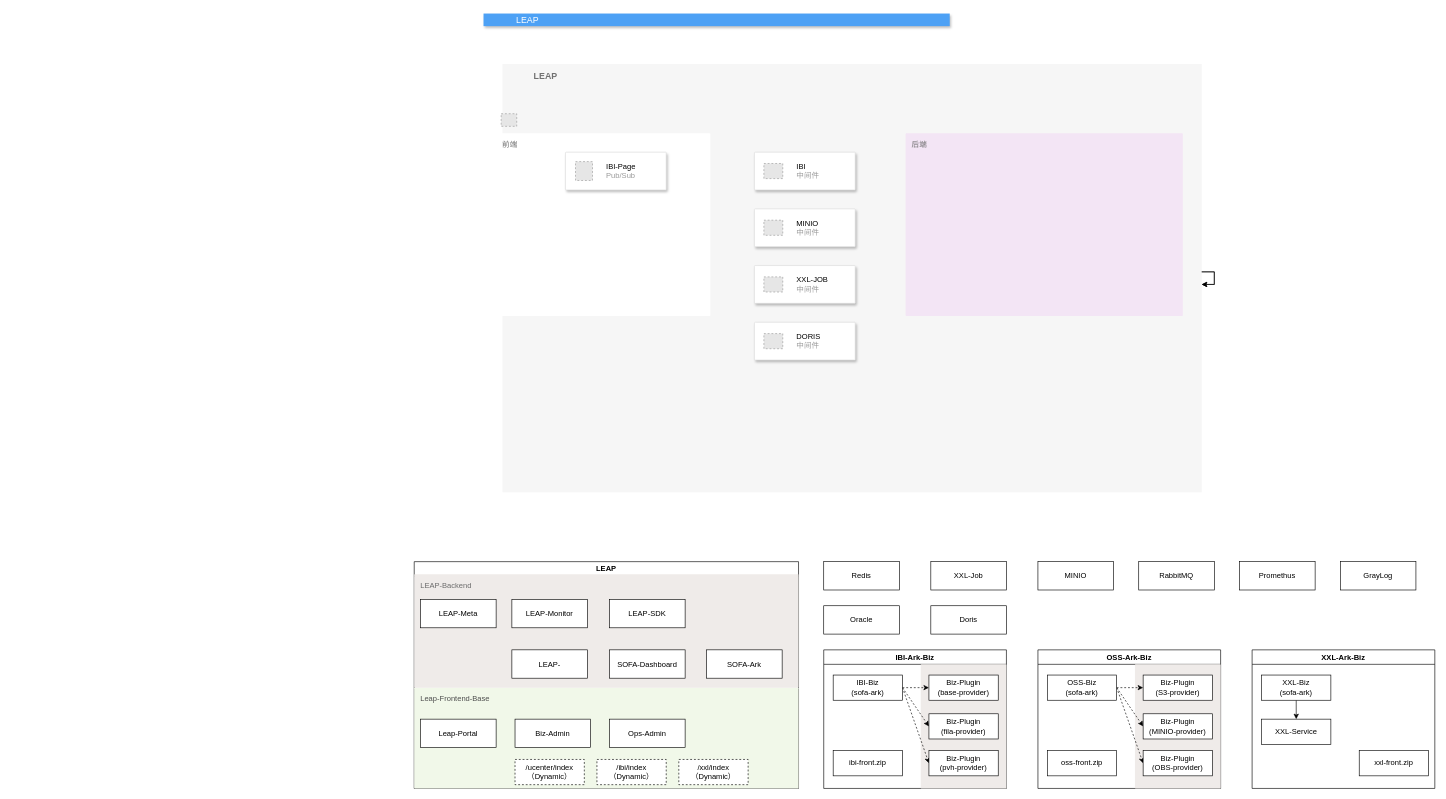
Earlier version of the draw.io diagram 大系统架构.drawio (tianyaxiangdong/drawio). Source tidied: cells renumbered, new cells numbered last; positions are measured from the earlier drawing's top-left corner, leaving out a move shared by most shapes. Both pictures are drawn from the tidied source at 63%, with x=0, y=0 at pixel (414, 13). Pictures stored in the file or linked from it are replaced by grey dashed boxes.
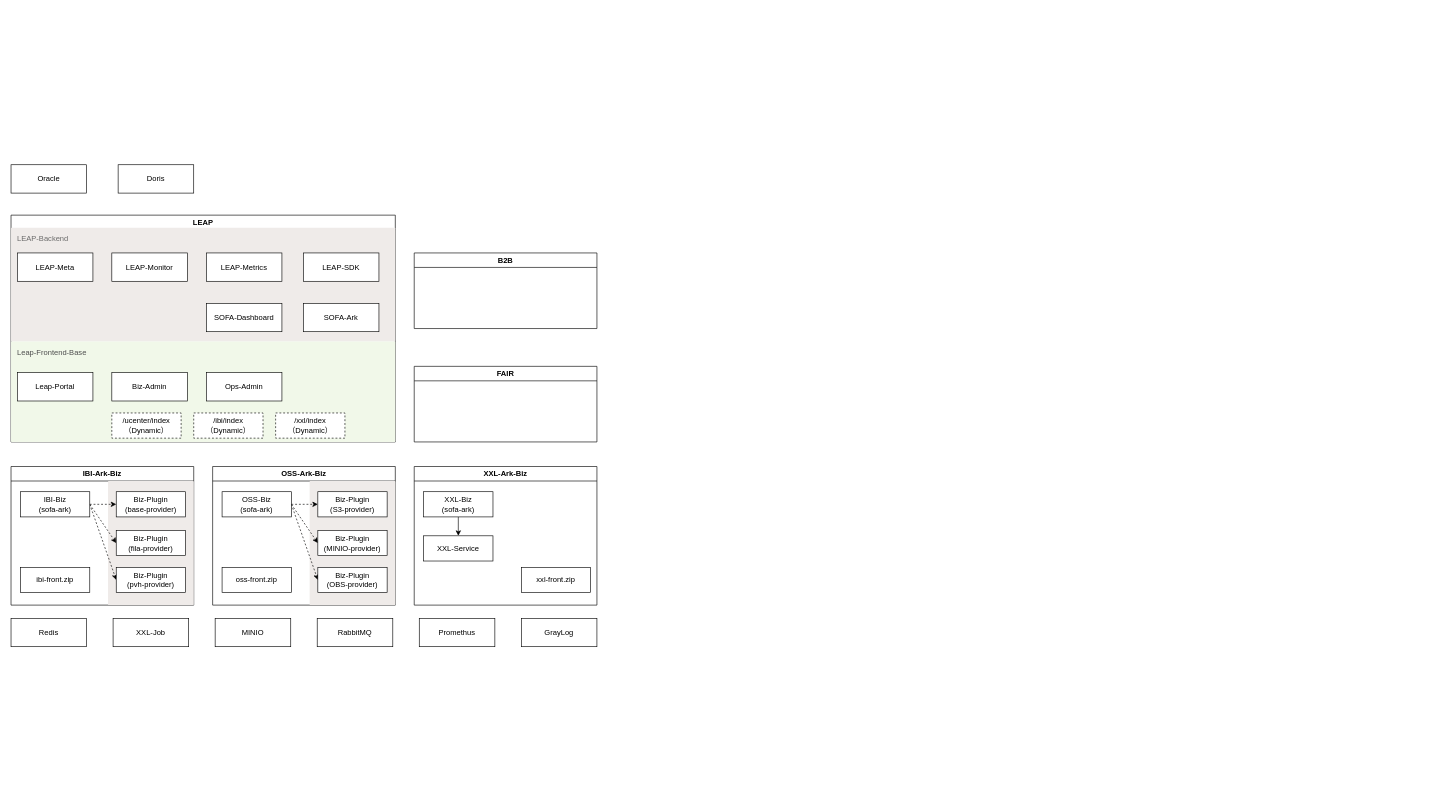
The same diagram, later.

Commit message (it also covers changes not shown here):
更新大系统架构.drawio

The edit, as a diff of the source:
```diff
@@
-    <mxCell id="2" value="LEAP" style="fillColor=#4DA1F5;strokeColor=none;shadow=1;gradientColor=none;fontSize=14;align=left;spacingLeft=50;fontColor=#ffffff;whiteSpace=wrap;html=1;" parent="1" vertex="1">
-      <mxGeometry x="110" width="740" height="20" as="geometry" />
-    </mxCell>
-    <mxCell id="3" value="&lt;b&gt;LEAP&amp;nbsp;&lt;/b&gt;" style="fillColor=#F6F6F6;strokeColor=none;shadow=0;gradientColor=none;fontSize=14;align=left;spacing=10;fontColor=#717171;9E9E9E;verticalAlign=top;spacingTop=-4;fontStyle=0;spacingLeft=40;html=1;whiteSpace=wrap;" parent="1" vertex="1">
-      <mxGeometry x="140" y="80" width="1110" height="680" as="geometry" />
-    </mxCell>
-    <mxCell id="4" style="fillColor=#E6E6E6;strokeColor=#999999;dashed=1;html=1;verticalAlign=top;labelPosition=center;verticalLabelPosition=bottom;align=center;spacingTop=-6;fontSize=11;fontStyle=1;fontColor=#999999;" parent="1" vertex="1">
-      <mxGeometry x="138" y="159" width="24.7" height="20" as="geometry" />
-    </mxCell>
-    <mxCell id="5" value="前端" style="sketch=0;rounded=1;absoluteArcSize=1;arcSize=2;html=1;strokeColor=none;gradientColor=none;shadow=0;dashed=0;fontSize=12;fontColor=#6B6B6B;align=left;verticalAlign=top;spacing=10;spacingTop=-4;whiteSpace=wrap;" parent="1" vertex="1">
-      <mxGeometry x="130" y="190" width="340" height="290" as="geometry" />
-    </mxCell>
-    <mxCell id="6" value="后端" style="sketch=0;rounded=1;absoluteArcSize=1;arcSize=2;html=1;strokeColor=none;gradientColor=none;shadow=0;dashed=0;fontSize=12;fontColor=#6B6B6B;align=left;verticalAlign=top;spacing=10;spacingTop=-4;whiteSpace=wrap;fillColor=#F3E5F5;" parent="1" vertex="1">
-      <mxGeometry x="780" y="190" width="440" height="290" as="geometry" />
-    </mxCell>
-    <mxCell id="7" style="strokeColor=#dddddd;shadow=1;strokeWidth=1;rounded=1;absoluteArcSize=1;arcSize=2;" parent="1" vertex="1">
-      <mxGeometry x="540" y="220" width="160" height="60" as="geometry" />
-    </mxCell>
-    <mxCell id="8" value="&lt;font color=&quot;#000000&quot;&gt;IBI&lt;/font&gt;&lt;br&gt;中间件" style="fillColor=#E6E6E6;strokeColor=#999999;dashed=1;html=1;fontColor=#999999;verticalLabelPosition=middle;labelBackgroundColor=#ffffff;verticalAlign=middle;labelPosition=right;align=left;spacingLeft=20;" parent="7" vertex="1">
-      <mxGeometry width="30" height="24" relative="1" as="geometry">
-        <mxPoint x="15" y="18" as="offset" />
-      </mxGeometry>
-    </mxCell>
-    <mxCell id="9" style="strokeColor=#dddddd;shadow=1;strokeWidth=1;rounded=1;absoluteArcSize=1;arcSize=2;" parent="1" vertex="1">
-      <mxGeometry x="540" y="400" width="160" height="60" as="geometry" />
-    </mxCell>
-    <mxCell id="10" value="&lt;font color=&quot;#000000&quot;&gt;XXL-JOB&lt;/font&gt;&lt;br&gt;中间件" style="fillColor=#E6E6E6;strokeColor=#999999;dashed=1;html=1;fontColor=#999999;verticalLabelPosition=middle;labelBackgroundColor=#ffffff;verticalAlign=middle;labelPosition=right;align=left;spacingLeft=20;" parent="9" vertex="1">
-      <mxGeometry width="30" height="24" relative="1" as="geometry">
-        <mxPoint x="15" y="18" as="offset" />
-      </mxGeometry>
-    </mxCell>
-    <mxCell id="11" style="strokeColor=#dddddd;shadow=1;strokeWidth=1;rounded=1;absoluteArcSize=1;arcSize=2;" parent="1" vertex="1">
-      <mxGeometry x="540" y="310" width="160" height="60" as="geometry" />
-    </mxCell>
-    <mxCell id="12" value="&lt;font color=&quot;#000000&quot;&gt;MINIO&lt;/font&gt;&lt;br&gt;中间件" style="fillColor=#E6E6E6;strokeColor=#999999;dashed=1;html=1;fontColor=#999999;verticalLabelPosition=middle;labelBackgroundColor=#ffffff;verticalAlign=middle;labelPosition=right;align=left;spacingLeft=20;" parent="11" vertex="1">
-      <mxGeometry width="30" height="24" relative="1" as="geometry">
-        <mxPoint x="15" y="18" as="offset" />
-      </mxGeometry>
-    </mxCell>
-    <mxCell id="13" style="strokeColor=#dddddd;shadow=1;strokeWidth=1;rounded=1;absoluteArcSize=1;arcSize=2;" parent="1" vertex="1">
-      <mxGeometry x="240" y="220" width="160" height="60" as="geometry" />
-    </mxCell>
-    <mxCell id="14" value="&lt;font color=&quot;#000000&quot;&gt;IBI-Page&lt;/font&gt;&lt;br&gt;Pub/Sub" style="fillColor=#E6E6E6;strokeColor=#999999;dashed=1;html=1;fontColor=#999999;verticalLabelPosition=middle;labelBackgroundColor=#ffffff;verticalAlign=middle;labelPosition=right;align=left;spacingLeft=20;" parent="13" vertex="1">
-      <mxGeometry width="27" height="30" relative="1" as="geometry">
-        <mxPoint x="16" y="15" as="offset" />
-      </mxGeometry>
-    </mxCell>
-    <mxCell id="15" style="strokeColor=#dddddd;shadow=1;strokeWidth=1;rounded=1;absoluteArcSize=1;arcSize=2;" parent="1" vertex="1">
-      <mxGeometry x="540" y="490" width="160" height="60" as="geometry" />
-    </mxCell>
-    <mxCell id="16" value="&lt;font color=&quot;#000000&quot;&gt;DORIS&lt;/font&gt;&lt;br&gt;中间件" style="fillColor=#E6E6E6;strokeColor=#999999;dashed=1;html=1;fontColor=#999999;verticalLabelPosition=middle;labelBackgroundColor=#ffffff;verticalAlign=middle;labelPosition=right;align=left;spacingLeft=20;" parent="15" vertex="1">
-      <mxGeometry width="30" height="24" relative="1" as="geometry">
-        <mxPoint x="15" y="18" as="offset" />
-      </mxGeometry>
-    </mxCell>
     <mxCell id="17" value="IBI-Ark-Biz" style="swimlane;whiteSpace=wrap;html=1;" parent="1" vertex="1">
-      <mxGeometry x="650" y="1010" width="290" height="220" as="geometry" />
+      <mxGeometry x="-640" y="719" width="290" height="220" as="geometry" />
     </mxCell>
@@
     <mxCell id="27" value="LEAP" style="swimlane;whiteSpace=wrap;html=1;" parent="1" vertex="1">
-      <mxGeometry y="870" width="610" height="360" as="geometry" />
+      <mxGeometry x="-640" y="320" width="610" height="360" as="geometry" />
     </mxCell>
@@
-    <mxCell id="38" value="LEAP-" style="rounded=0;whiteSpace=wrap;html=1;" parent="27" vertex="1">
-      <mxGeometry x="155" y="140" width="120" height="45" as="geometry" />
+    <mxCell id="38" value="LEAP-Metrics" style="rounded=0;whiteSpace=wrap;html=1;" parent="27" vertex="1">
+      <mxGeometry x="310" y="60" width="120" height="45" as="geometry" />
     </mxCell>
     <mxCell id="39" value="LEAP-Monitor" style="rounded=0;whiteSpace=wrap;html=1;" parent="27" vertex="1">
-      <mxGeometry x="155" y="60" width="120" height="45" as="geometry" />
+      <mxGeometry x="160" y="60" width="120" height="45" as="geometry" />
     </mxCell>
@@
     <mxCell id="41" value="LEAP-SDK" style="rounded=0;whiteSpace=wrap;html=1;" parent="27" vertex="1">
-      <mxGeometry x="310" y="60" width="120" height="45" as="geometry" />
+      <mxGeometry x="464" y="60" width="120" height="45" as="geometry" />
     </mxCell>
-    <mxCell id="42" style="edgeStyle=orthogonalEdgeStyle;rounded=0;orthogonalLoop=1;jettySize=auto;html=1;" parent="1" edge="1" source="3" target="3">
-      <mxGeometry relative="1" as="geometry" />
-    </mxCell>
-    <mxCell id="43" style="edgeStyle=orthogonalEdgeStyle;rounded=0;orthogonalLoop=1;jettySize=auto;html=1;" parent="1" edge="1" source="3" target="3">
-      <mxGeometry relative="1" as="geometry" />
-    </mxCell>
     <mxCell id="44" value="OSS-Ark-Biz" style="swimlane;whiteSpace=wrap;html=1;" parent="1" vertex="1">
-      <mxGeometry x="990" y="1010" width="290" height="220" as="geometry" />
+      <mxGeometry x="-320" y="719" width="290" height="220" as="geometry" />
     </mxCell>
@@
     <mxCell id="54" value="XXL-Ark-Biz" style="swimlane;whiteSpace=wrap;html=1;" parent="1" vertex="1">
-      <mxGeometry x="1330" y="1010" width="290" height="220" as="geometry" />
+      <mxGeometry y="719" width="290" height="220" as="geometry" />
     </mxCell>
@@
     <mxCell id="59" value="Redis" style="rounded=0;whiteSpace=wrap;html=1;" parent="1" vertex="1">
-      <mxGeometry x="650" y="870" width="120" height="45" as="geometry" />
+      <mxGeometry x="-640" y="960" width="120" height="45" as="geometry" />
     </mxCell>
     <mxCell id="60" value="XXL-Job" style="rounded=0;whiteSpace=wrap;html=1;" parent="1" vertex="1">
-      <mxGeometry x="820" y="870" width="120" height="45" as="geometry" />
+      <mxGeometry x="-478" y="960" width="120" height="45" as="geometry" />
     </mxCell>
     <mxCell id="61" value="MINIO" style="rounded=0;whiteSpace=wrap;html=1;" parent="1" vertex="1">
-      <mxGeometry x="990" y="870" width="120" height="45" as="geometry" />
+      <mxGeometry x="-316" y="960" width="120" height="45" as="geometry" />
     </mxCell>
     <mxCell id="62" value="RabbitMQ" style="rounded=0;whiteSpace=wrap;html=1;" parent="1" vertex="1">
-      <mxGeometry x="1150" y="870" width="120" height="45" as="geometry" />
+      <mxGeometry x="-154" y="960" width="120" height="45" as="geometry" />
     </mxCell>
     <mxCell id="63" value="Promethus" style="rounded=0;whiteSpace=wrap;html=1;" parent="1" vertex="1">
-      <mxGeometry x="1310" y="870" width="120" height="45" as="geometry" />
+      <mxGeometry x="8" y="960" width="120" height="45" as="geometry" />
     </mxCell>
     <mxCell id="64" value="GrayLog" style="rounded=0;whiteSpace=wrap;html=1;" parent="1" vertex="1">
-      <mxGeometry x="1470" y="870" width="120" height="45" as="geometry" />
+      <mxGeometry x="170" y="960" width="120" height="45" as="geometry" />
     </mxCell>
     <mxCell id="65" value="Oracle" style="rounded=0;whiteSpace=wrap;html=1;" parent="1" vertex="1">
-      <mxGeometry x="650" y="940" width="120" height="45" as="geometry" />
+      <mxGeometry x="-640" y="240" width="120" height="45" as="geometry" />
     </mxCell>
     <mxCell id="66" value="Doris" style="rounded=0;whiteSpace=wrap;html=1;" parent="1" vertex="1">
-      <mxGeometry x="820" y="940" width="120" height="45" as="geometry" />
+      <mxGeometry x="-470" y="240" width="120" height="45" as="geometry" />
     </mxCell>
+    <mxCell id="67" value="B2B" style="swimlane;whiteSpace=wrap;html=1;" parent="1" vertex="1">
+      <mxGeometry y="380" width="290" height="120" as="geometry" />
+    </mxCell>
+    <mxCell id="68" value="FAIR" style="swimlane;whiteSpace=wrap;html=1;" parent="1" vertex="1">
+      <mxGeometry y="560" width="290" height="120" as="geometry" />
+    </mxCell>
```
